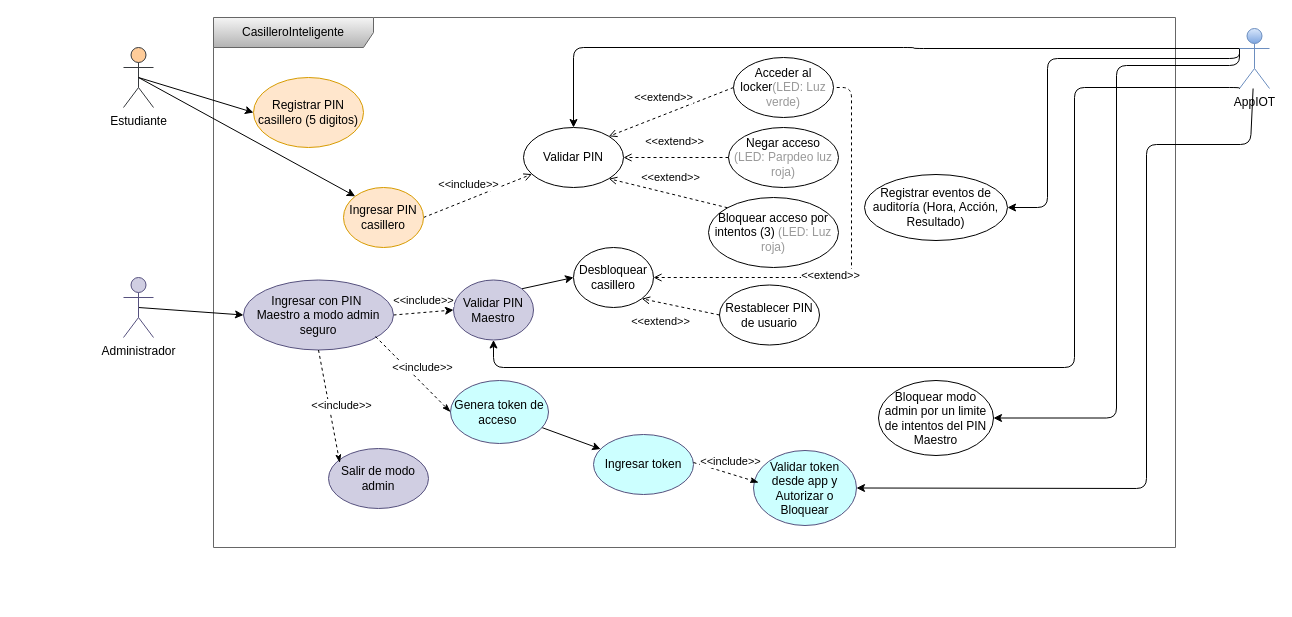
Above: Design/00UseCase.drawio in Anthonio16/casilleroInteligente (draw.io), before the change. Source tidied: cells renumbered, new cells numbered last; positions are measured from the earlier drawing's top-left corner, leaving out a move shared by most shapes. Both pictures are drawn from the tidied source at 100%, with x=0, y=0 at pixel (123, 17).
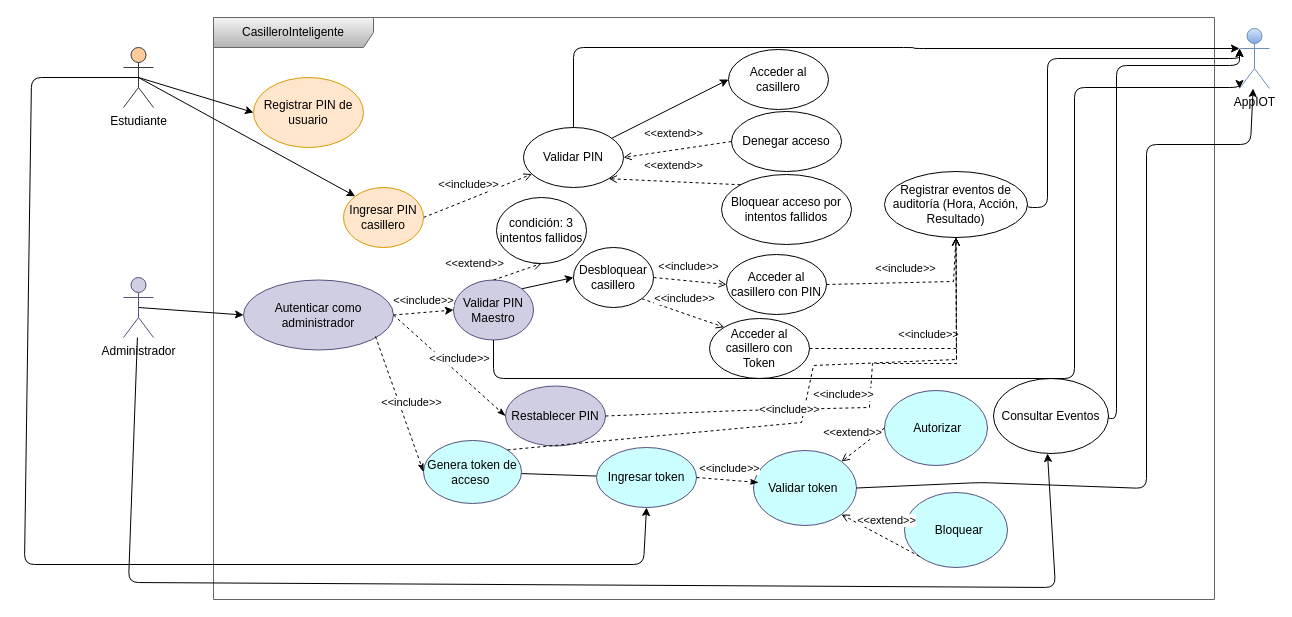
Above is the later version.

Unchanged cells that the change refers to:
```xml
<mxCell id="5" value="Validar PIN Maestro" style="ellipse;whiteSpace=wrap;html=1;fillColor=#d0cee2;strokeColor=#56517e;" parent="2" vertex="1">
  <mxGeometry x="240" y="262.5" width="80" height="60" as="geometry" />
</mxCell>
<mxCell id="9" value="Desbloquear casillero" style="ellipse;whiteSpace=wrap;html=1;" parent="2" vertex="1">
  <mxGeometry x="360" y="230" width="80" height="60" as="geometry" />
</mxCell>
<mxCell id="12" value="Validar PIN" style="ellipse;whiteSpace=wrap;html=1;" parent="2" vertex="1">
  <mxGeometry x="310" y="110" width="100" height="60" as="geometry" />
</mxCell>
<mxCell id="32" value="Estudiante" style="shape=umlActor;verticalLabelPosition=bottom;verticalAlign=top;html=1;fillColor=#ffcc99;strokeColor=#36393d;" parent="1" vertex="1">
  <mxGeometry y="30" width="30" height="60" as="geometry" />
</mxCell>
<mxCell id="34" value="Administrador" style="shape=umlActor;verticalLabelPosition=bottom;verticalAlign=top;html=1;fillColor=#d0cee2;strokeColor=#56517e;" parent="1" vertex="1">
  <mxGeometry y="260" width="30" height="60" as="geometry" />
</mxCell>
<mxCell id="39" value="AppIOT" style="shape=umlActor;verticalLabelPosition=bottom;verticalAlign=top;html=1;fillColor=#dae8fc;strokeColor=#6c8ebf;gradientColor=#7ea6e0;" parent="1" vertex="1">
  <mxGeometry x="1116" y="11" width="30" height="60" as="geometry" />
</mxCell>
```

Change to the diagram source:
```diff
@@
     <mxCell id="2" value="CasilleroInteligente" style="shape=umlFrame;whiteSpace=wrap;html=1;width=160;fillColor=#f5f5f5;gradientColor=#b3b3b3;strokeColor=#666666;" parent="1" vertex="1">
-      <mxGeometry x="90" width="962" height="530" as="geometry" />
+      <mxGeometry x="90" width="1001" height="582" as="geometry" />
     </mxCell>
-    <mxCell id="3" value="Registrar PIN casillero (5 digitos)" style="ellipse;whiteSpace=wrap;html=1;fillColor=#ffe6cc;strokeColor=#d79b00;" parent="2" vertex="1">
+    <mxCell id="3" value="Registrar PIN de usuario" style="ellipse;whiteSpace=wrap;html=1;fillColor=#ffe6cc;strokeColor=#d79b00;" parent="2" vertex="1">
       <mxGeometry x="40" y="60" width="110" height="70" as="geometry" />
     </mxCell>
@@
-    <mxCell id="7" value="Ingresar con PIN&amp;nbsp;&lt;div&gt;Maestro&amp;nbsp;&lt;span style=&quot;background-color: transparent; color: light-dark(rgb(0, 0, 0), rgb(255, 255, 255));&quot;&gt;a modo admin seguro&lt;/span&gt;&lt;/div&gt;" style="ellipse;whiteSpace=wrap;html=1;fillColor=#d0cee2;strokeColor=#56517e;" parent="2" vertex="1">
+    <mxCell id="7" value="Autenticar como administrador" style="ellipse;whiteSpace=wrap;html=1;fillColor=#d0cee2;strokeColor=#56517e;" parent="2" vertex="1">
       <mxGeometry x="30" y="262.5" width="150" height="70" as="geometry" />
     </mxCell>
-    <mxCell id="8" value="&amp;lt;&amp;lt;extend&amp;gt;&amp;gt;" style="edgeStyle=orthogonalEdgeStyle;rounded=1;jettySize=auto;html=1;exitX=1;exitY=0.5;exitDx=0;exitDy=0;entryX=1;entryY=0.5;entryDx=0;entryDy=0;curved=0;startArrow=open;startFill=0;endArrow=none;endFill=0;dashed=1;" parent="2" edge="1" source="9" target="14">
-      <mxGeometry x="-0.13" y="2" relative="1" as="geometry">
-        <Array as="points">
-          <mxPoint x="638" y="260" />
-          <mxPoint x="638" y="70" />
-        </Array>
-      </mxGeometry>
-    </mxCell>
@@
-    <mxCell id="10" value="&amp;lt;&amp;lt;extend&amp;gt;&amp;gt;" style="rounded=0;jettySize=auto;html=1;exitX=0;exitY=0.5;exitDx=0;exitDy=0;entryX=1;entryY=1;entryDx=0;entryDy=0;endArrow=open;endFill=0;dashed=1;" parent="2" edge="1" source="11" target="9">
-      <mxGeometry x="0.4" y="18" relative="1" as="geometry" />
-    </mxCell>
-    <mxCell id="11" value="Restablecer PIN de usuario" style="ellipse;whiteSpace=wrap;html=1;" parent="2" vertex="1">
-      <mxGeometry x="506" y="267.5" width="100" height="60" as="geometry" />
+    <mxCell id="11" value="Acceder al casillero con PIN" style="ellipse;whiteSpace=wrap;html=1;" parent="2" vertex="1">
+      <mxGeometry x="513" y="237" width="100" height="60" as="geometry" />
     </mxCell>
+    <mxCell id="42" style="edgeStyle=none;html=1;entryX=0;entryY=0.5;entryDx=0;entryDy=0;" parent="2" edge="1" source="12" target="14">
+      <mxGeometry relative="1" as="geometry" />
+    </mxCell>
@@
-    <mxCell id="13" value="&amp;lt;&amp;lt;extend&amp;gt;&amp;gt;" style="rounded=0;jettySize=auto;html=1;exitX=0;exitY=0.5;exitDx=0;exitDy=0;entryX=1;entryY=0;entryDx=0;entryDy=0;dashed=1;endArrow=open;endFill=0;" parent="2" edge="1" source="14" target="12">
-      <mxGeometry x="0.03" y="-16" relative="1" as="geometry" />
-    </mxCell>
-    <mxCell id="14" value="Acceder al locker&lt;font style=&quot;color: rgb(153, 153, 153);&quot;&gt;(LED: Luz verde)&lt;/font&gt;" style="ellipse;whiteSpace=wrap;html=1;" parent="2" vertex="1">
-      <mxGeometry x="520" y="40" width="100" height="60" as="geometry" />
+    <mxCell id="14" value="Acceder al casillero" style="ellipse;whiteSpace=wrap;html=1;" parent="2" vertex="1">
+      <mxGeometry x="515" y="32" width="100" height="60" as="geometry" />
     </mxCell>
-    <mxCell id="15" value="Negar acceso&lt;br&gt;&lt;font style=&quot;color: rgb(153, 153, 153);&quot;&gt;(LED: Parpdeo luz roja)&lt;/font&gt;" style="ellipse;whiteSpace=wrap;html=1;" parent="2" vertex="1">
-      <mxGeometry x="515" y="110" width="110" height="60" as="geometry" />
+    <mxCell id="15" value="Denegar acceso" style="ellipse;whiteSpace=wrap;html=1;" parent="2" vertex="1">
+      <mxGeometry x="518" y="94" width="110" height="60" as="geometry" />
     </mxCell>
-    <mxCell id="16" value="Bloquear acceso por intentos (3) &lt;font style=&quot;color: rgb(153, 153, 153);&quot;&gt;(LED: Luz roja)&lt;/font&gt;" style="ellipse;whiteSpace=wrap;html=1;" parent="2" vertex="1">
-      <mxGeometry x="495" y="180" width="130" height="70" as="geometry" />
+    <mxCell id="16" value="Bloquear acceso por intentos fallidos" style="ellipse;whiteSpace=wrap;html=1;" parent="2" vertex="1">
+      <mxGeometry x="508" y="157" width="130" height="70" as="geometry" />
     </mxCell>
@@
-    <mxCell id="21" value="Salir de modo admin" style="ellipse;whiteSpace=wrap;html=1;fillColor=#d0cee2;strokeColor=#56517e;" parent="2" vertex="1">
-      <mxGeometry x="115" y="431" width="100" height="60" as="geometry" />
-    </mxCell>
-    <mxCell id="22" value="&amp;lt;&amp;lt;include&amp;gt;&amp;gt;" style="rounded=0;jettySize=auto;html=1;exitX=0.5;exitY=1;exitDx=0;exitDy=0;entryX=0.113;entryY=0.239;entryDx=0;entryDy=0;dashed=1;entryPerimeter=0;endArrow=classicThin;endFill=1;" parent="2" edge="1" source="7" target="21">
-      <mxGeometry x="0.03" y="12" relative="1" as="geometry" />
-    </mxCell>
     <mxCell id="23" value="Registrar eventos de auditoría (Hora, Acción, Resultado)" style="ellipse;whiteSpace=wrap;html=1;" parent="2" vertex="1">
-      <mxGeometry x="651" y="157" width="143" height="66" as="geometry" />
+      <mxGeometry x="671" y="154" width="143" height="66" as="geometry" />
     </mxCell>
-    <mxCell id="24" value="Bloquear modo admin por un limite de intentos del PIN Maestro" style="ellipse;whiteSpace=wrap;html=1;" parent="2" vertex="1">
-      <mxGeometry x="665" y="363" width="115" height="75" as="geometry" />
+    <mxCell id="24" value="Consultar Eventos" style="ellipse;whiteSpace=wrap;html=1;" parent="2" vertex="1">
+      <mxGeometry x="780" y="361" width="115" height="75" as="geometry" />
     </mxCell>
-    <mxCell id="25" style="edgeStyle=none;html=1;" parent="2" edge="1" source="26" target="29">
+    <mxCell id="25" style="edgeStyle=none;html=1;endArrow=none;endFill=0;" parent="2" edge="1" source="26" target="29">
       <mxGeometry relative="1" as="geometry" />
     </mxCell>
     <mxCell id="26" value="Genera token de acceso&amp;nbsp;" style="ellipse;whiteSpace=wrap;html=1;fillColor=#CCFFFF;strokeColor=#56517e;" parent="2" vertex="1">
-      <mxGeometry x="237" y="363" width="98" height="63" as="geometry" />
+      <mxGeometry x="210" y="423" width="98" height="63" as="geometry" />
     </mxCell>
-    <mxCell id="27" value="Validar token desde app y Autorizar o Bloquear" style="ellipse;whiteSpace=wrap;html=1;fillColor=#CCFFFF;strokeColor=#56517e;" parent="2" vertex="1">
+    <mxCell id="27" value="Validar token&amp;nbsp;" style="ellipse;whiteSpace=wrap;html=1;fillColor=#CCFFFF;strokeColor=#56517e;" parent="2" vertex="1">
       <mxGeometry x="540" y="433" width="103" height="75" as="geometry" />
     </mxCell>
@@
     <mxCell id="29" value="Ingresar token" style="ellipse;whiteSpace=wrap;html=1;fillColor=#CCFFFF;strokeColor=#56517e;" parent="2" vertex="1">
-      <mxGeometry x="380" y="417" width="100" height="60" as="geometry" />
+      <mxGeometry x="383" y="430" width="100" height="60" as="geometry" />
     </mxCell>
-    <mxCell id="30" value="&amp;lt;&amp;lt;include&amp;gt;&amp;gt;" style="rounded=0;jettySize=auto;html=1;exitX=0.5;exitY=1;exitDx=0;exitDy=0;entryX=0.05;entryY=0.427;entryDx=0;entryDy=0;dashed=1;endArrow=classicThin;endFill=1;entryPerimeter=0;" parent="2" edge="1" target="27">
-      <mxGeometry x="0.03" y="12" relative="1" as="geometry">
-        <mxPoint x="480" y="445" as="sourcePoint" />
-      </mxGeometry>
+    <mxCell id="30" value="&amp;lt;&amp;lt;include&amp;gt;&amp;gt;" style="rounded=0;jettySize=auto;html=1;exitX=1;exitY=0.5;exitDx=0;exitDy=0;entryX=0.05;entryY=0.427;entryDx=0;entryDy=0;dashed=1;endArrow=classicThin;endFill=1;entryPerimeter=0;" parent="2" edge="1" source="29" target="27">
+      <mxGeometry x="0.03" y="12" relative="1" as="geometry" />
     </mxCell>
+    <mxCell id="43" value="&amp;nbsp;Autorizar" style="ellipse;whiteSpace=wrap;html=1;fillColor=#CCFFFF;strokeColor=#56517e;" parent="2" vertex="1">
+      <mxGeometry x="671" y="373" width="103" height="75" as="geometry" />
+    </mxCell>
+    <mxCell id="44" value="&amp;nbsp; Bloquear" style="ellipse;whiteSpace=wrap;html=1;fillColor=#CCFFFF;strokeColor=#56517e;" parent="2" vertex="1">
+      <mxGeometry x="691" y="475" width="103" height="75" as="geometry" />
+    </mxCell>
+    <mxCell id="45" style="edgeStyle=none;html=1;exitX=0.5;exitY=1;exitDx=0;exitDy=0;entryX=0.5;entryY=1;entryDx=0;entryDy=0;" parent="2" edge="1" source="29" target="29">
+      <mxGeometry relative="1" as="geometry" />
+    </mxCell>
+    <mxCell id="46" value="&amp;lt;&amp;lt;extend&amp;gt;&amp;gt;" style="rounded=0;jettySize=auto;html=1;exitX=0;exitY=1;exitDx=0;exitDy=0;entryX=1;entryY=1;entryDx=0;entryDy=0;dashed=1;endArrow=open;endFill=0;" parent="2" edge="1" source="44" target="27">
+      <mxGeometry x="0.03" y="-16" relative="1" as="geometry" />
+    </mxCell>
+    <mxCell id="13" value="&amp;lt;&amp;lt;extend&amp;gt;&amp;gt;" style="rounded=0;jettySize=auto;html=1;exitX=0;exitY=0.5;exitDx=0;exitDy=0;entryX=1;entryY=0;entryDx=0;entryDy=0;dashed=1;endArrow=open;endFill=0;" parent="2" edge="1" source="43" target="27">
+      <mxGeometry x="0.03" y="-16" relative="1" as="geometry" />
+    </mxCell>
+    <mxCell id="47" value="Acceder al casillero con Token" style="ellipse;whiteSpace=wrap;html=1;" parent="2" vertex="1">
+      <mxGeometry x="496" y="301" width="100" height="60" as="geometry" />
+    </mxCell>
+    <mxCell id="48" value="&amp;lt;&amp;lt;include&amp;gt;&amp;gt;" style="rounded=0;jettySize=auto;html=1;exitX=1;exitY=0.5;exitDx=0;exitDy=0;dashed=1;endArrow=open;endFill=0;entryX=0;entryY=0.5;entryDx=0;entryDy=0;" parent="2" edge="1" source="9" target="11">
+      <mxGeometry x="-0.08" y="14" relative="1" as="geometry" />
+    </mxCell>
+    <mxCell id="49" value="&amp;lt;&amp;lt;include&amp;gt;&amp;gt;" style="rounded=0;jettySize=auto;html=1;exitX=1;exitY=1;exitDx=0;exitDy=0;dashed=1;endArrow=open;endFill=0;entryX=0;entryY=0;entryDx=0;entryDy=0;" parent="2" edge="1" source="9" target="47">
+      <mxGeometry x="-0.08" y="14" relative="1" as="geometry" />
+    </mxCell>
+    <mxCell id="50" value="Restablecer PIN" style="ellipse;whiteSpace=wrap;html=1;fillColor=#d0cee2;strokeColor=#56517e;" parent="2" vertex="1">
+      <mxGeometry x="292" y="368.5" width="100" height="60" as="geometry" />
+    </mxCell>
+    <mxCell id="51" value="&amp;lt;&amp;lt;include&amp;gt;&amp;gt;" style="rounded=0;jettySize=auto;html=1;exitX=1;exitY=0.5;exitDx=0;exitDy=0;entryX=0;entryY=0.5;entryDx=0;entryDy=0;dashed=1;endArrow=classicThin;endFill=1;" parent="2" edge="1" source="7" target="50">
+      <mxGeometry x="0.03" y="12" relative="1" as="geometry" />
+    </mxCell>
+    <mxCell id="52" value="&amp;lt;&amp;lt;include&amp;gt;&amp;gt;" style="rounded=0;jettySize=auto;html=1;exitX=1;exitY=0.5;exitDx=0;exitDy=0;dashed=1;endArrow=open;endFill=0;entryX=0.5;entryY=1;entryDx=0;entryDy=0;" parent="2" edge="1" source="11" target="23">
+      <mxGeometry x="-0.08" y="14" relative="1" as="geometry">
+        <Array as="points">
+          <mxPoint x="740" y="264" />
+        </Array>
+      </mxGeometry>
+    </mxCell>
+    <mxCell id="53" value="&amp;lt;&amp;lt;include&amp;gt;&amp;gt;" style="rounded=0;jettySize=auto;html=1;exitX=1;exitY=0.5;exitDx=0;exitDy=0;dashed=1;endArrow=open;endFill=0;entryX=0.5;entryY=1;entryDx=0;entryDy=0;" parent="2" edge="1" source="47" target="23">
+      <mxGeometry x="-0.08" y="14" relative="1" as="geometry">
+        <Array as="points">
+          <mxPoint x="743" y="331" />
+        </Array>
+      </mxGeometry>
+    </mxCell>
+    <mxCell id="54" value="&amp;lt;&amp;lt;include&amp;gt;&amp;gt;" style="rounded=0;jettySize=auto;html=1;exitX=1;exitY=0.5;exitDx=0;exitDy=0;dashed=1;endArrow=open;endFill=0;entryX=0.5;entryY=1;entryDx=0;entryDy=0;" parent="2" edge="1" source="50" target="23">
+      <mxGeometry x="-0.08" y="14" relative="1" as="geometry">
+        <Array as="points">
+          <mxPoint x="528" y="393" />
+          <mxPoint x="656" y="390" />
+          <mxPoint x="659" y="346" />
+          <mxPoint x="743" y="346" />
+        </Array>
+      </mxGeometry>
+    </mxCell>
+    <mxCell id="55" value="&amp;lt;&amp;lt;include&amp;gt;&amp;gt;" style="rounded=0;jettySize=auto;html=1;exitX=1;exitY=0;exitDx=0;exitDy=0;dashed=1;endArrow=open;endFill=0;entryX=0.5;entryY=1;entryDx=0;entryDy=0;" parent="2" edge="1" source="26" target="23">
+      <mxGeometry x="-0.08" y="14" relative="1" as="geometry">
+        <Array as="points">
+          <mxPoint x="588" y="405" />
+          <mxPoint x="600" y="348" />
+          <mxPoint x="743" y="342" />
+        </Array>
+      </mxGeometry>
+    </mxCell>
+    <mxCell id="56" value="&amp;lt;&amp;lt;extend&amp;gt;&amp;gt;" style="rounded=0;jettySize=auto;html=1;exitX=0.5;exitY=0;exitDx=0;exitDy=0;dashed=1;endArrow=open;endFill=0;entryX=0.5;entryY=1;entryDx=0;entryDy=0;" parent="2" edge="1" source="5" target="57">
+      <mxGeometry x="-1" y="26" relative="1" as="geometry">
+        <mxPoint x="-11" y="8" as="offset" />
+      </mxGeometry>
+    </mxCell>
+    <mxCell id="57" value="condición: 3 intentos fallidos" style="ellipse;whiteSpace=wrap;html=1;" parent="2" vertex="1">
+      <mxGeometry x="283" y="180" width="90" height="66" as="geometry" />
+    </mxCell>
@@
+    <mxCell id="58" style="edgeStyle=none;html=1;" parent="1" edge="1" source="34">
+      <mxGeometry relative="1" as="geometry">
+        <mxPoint x="924" y="436" as="targetPoint" />
+        <Array as="points">
+          <mxPoint x="5" y="565" />
+          <mxPoint x="932" y="570" />
+        </Array>
+      </mxGeometry>
+    </mxCell>
@@
-    <mxCell id="35" style="edgeStyle=orthogonalEdgeStyle;rounded=1;jettySize=auto;html=1;exitX=0;exitY=0.3333333333333333;exitDx=0;exitDy=0;exitPerimeter=0;entryX=0.5;entryY=0;entryDx=0;entryDy=0;curved=0;" parent="1" edge="1" source="39" target="12">
+    <mxCell id="35" style="edgeStyle=orthogonalEdgeStyle;rounded=1;jettySize=auto;html=1;exitX=0;exitY=0.3333333333333333;exitDx=0;exitDy=0;exitPerimeter=0;entryX=0.5;entryY=0;entryDx=0;entryDy=0;curved=0;endArrow=none;endFill=0;startArrow=classic;startFill=1;" parent="1" edge="1" source="39" target="12">
       <mxGeometry relative="1" as="geometry">
         <Array as="points">
           <mxPoint x="790" y="31" />
           <mxPoint x="450" y="30" />
         </Array>
       </mxGeometry>
     </mxCell>
-    <mxCell id="36" style="edgeStyle=orthogonalEdgeStyle;rounded=1;jettySize=auto;html=1;exitX=0;exitY=0.3333333333333333;exitDx=0;exitDy=0;exitPerimeter=0;entryX=1;entryY=0.5;entryDx=0;entryDy=0;curved=0;" parent="1" edge="1" source="39" target="23">
+    <mxCell id="36" style="edgeStyle=orthogonalEdgeStyle;rounded=1;jettySize=auto;html=1;exitX=0;exitY=0.3333333333333333;exitDx=0;exitDy=0;exitPerimeter=0;entryX=1;entryY=0.5;entryDx=0;entryDy=0;curved=0;endArrow=none;endFill=0;startArrow=classic;startFill=1;" parent="1" edge="1" source="39" target="23">
       <mxGeometry relative="1" as="geometry">
         <Array as="points">
           <mxPoint x="1116" y="41" />
           <mxPoint x="924" y="41" />
           <mxPoint x="924" y="190" />
         </Array>
       </mxGeometry>
     </mxCell>
-    <mxCell id="37" style="edgeStyle=orthogonalEdgeStyle;rounded=1;jettySize=auto;html=1;exitX=0;exitY=0.3333333333333333;exitDx=0;exitDy=0;exitPerimeter=0;entryX=1;entryY=0.5;entryDx=0;entryDy=0;curved=0;" parent="1" edge="1" source="39" target="24">
+    <mxCell id="37" style="edgeStyle=orthogonalEdgeStyle;rounded=1;jettySize=auto;html=1;exitX=0;exitY=0.3333333333333333;exitDx=0;exitDy=0;exitPerimeter=0;entryX=1;entryY=0.5;entryDx=0;entryDy=0;curved=0;endArrow=none;endFill=0;startArrow=classic;startFill=1;" parent="1" edge="1" source="39" target="24">
       <mxGeometry relative="1" as="geometry">
         <Array as="points">
           <mxPoint x="1116" y="48" />
           <mxPoint x="993" y="48" />
           <mxPoint x="993" y="401" />
         </Array>
       </mxGeometry>
     </mxCell>
-    <mxCell id="38" style="edgeStyle=none;html=1;" parent="1" edge="1" source="39" target="27">
+    <mxCell id="38" style="edgeStyle=none;html=1;endArrow=none;endFill=0;startArrow=classic;startFill=1;entryX=1;entryY=0.5;entryDx=0;entryDy=0;" parent="1" edge="1" source="39" target="27">
       <mxGeometry relative="1" as="geometry">
         <Array as="points">
           <mxPoint x="1127" y="127" />
           <mxPoint x="1023" y="127" />
           <mxPoint x="1023" y="471" />
+          <mxPoint x="857" y="465" />
         </Array>
       </mxGeometry>
     </mxCell>
@@
-    <mxCell id="41" style="edgeStyle=orthogonalEdgeStyle;rounded=1;jettySize=auto;html=1;exitX=0;exitY=1;exitDx=0;exitDy=0;entryX=0.5;entryY=1;entryDx=0;entryDy=0;curved=0;endArrow=classic;endFill=1;exitPerimeter=0;" parent="1" edge="1" source="39" target="5">
+    <mxCell id="41" style="edgeStyle=orthogonalEdgeStyle;rounded=1;jettySize=auto;html=1;exitX=0;exitY=1;exitDx=0;exitDy=0;entryX=0.5;entryY=1;entryDx=0;entryDy=0;curved=0;endArrow=none;endFill=0;exitPerimeter=0;startArrow=classic;startFill=1;" parent="1" edge="1" source="39" target="5">
       <mxGeometry relative="1" as="geometry">
         <Array as="points">
-          <mxPoint x="1116" y="70" />
           <mxPoint x="951" y="70" />
-          <mxPoint x="951" y="350" />
-          <mxPoint x="370" y="350" />
+          <mxPoint x="951" y="361" />
+          <mxPoint x="370" y="361" />
         </Array>
       </mxGeometry>
     </mxCell>
+    <mxCell id="59" style="edgeStyle=none;html=1;exitX=0.5;exitY=1;exitDx=0;exitDy=0;entryX=0.5;entryY=0.5;entryDx=0;entryDy=0;entryPerimeter=0;startArrow=classic;startFill=1;endArrow=none;endFill=0;" parent="1" edge="1" source="29" target="32">
+      <mxGeometry relative="1" as="geometry">
+        <Array as="points">
+          <mxPoint x="520" y="547" />
+          <mxPoint x="-99" y="547" />
+          <mxPoint x="-92" y="60" />
+        </Array>
+      </mxGeometry>
+    </mxCell>
```
